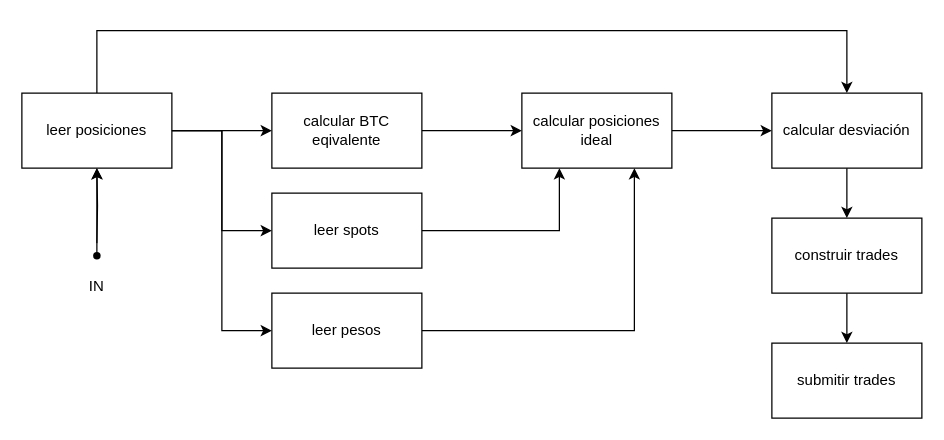
Earlier version of the draw.io diagram doc/pluto.drawio (Luis-M-L/pluto-java). Source tidied: cells renumbered, new cells numbered last; positions are measured from the earlier drawing's top-left corner, leaving out a move shared by most shapes. Both pictures are drawn from the tidied source at 125%, with x=0, y=0 at pixel (21, 30).
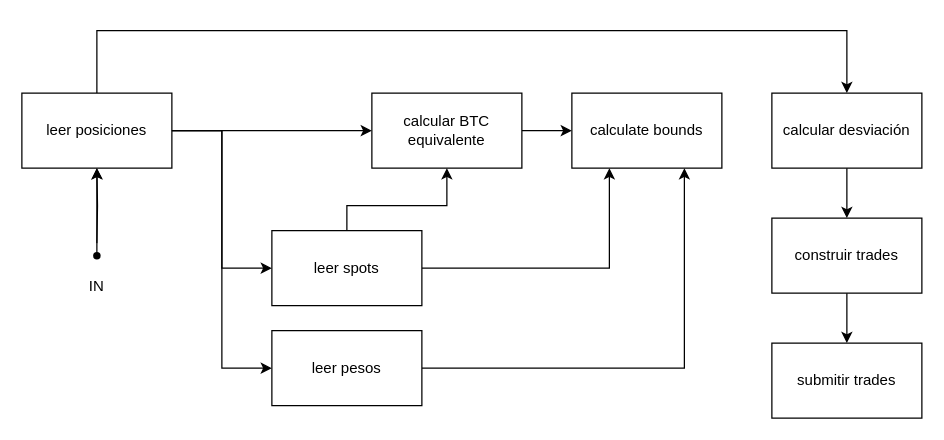
Above is the later version.

The change refers to these unchanged cells:
```xml
<mxCell id="19" value="calcular desviación" style="whiteSpace=wrap;html=1;rounded=0;" parent="1" vertex="1">
  <mxGeometry x="600" y="50" width="120" height="60" as="geometry" />
</mxCell>
```

What changed in the source:
```diff
@@
-    <mxCell id="9" value="calcular BTC eqivalente" style="whiteSpace=wrap;html=1;rounded=0;" parent="1" vertex="1">
-      <mxGeometry x="200" y="50" width="120" height="60" as="geometry" />
+    <mxCell id="9" value="calcular BTC equivalente" style="whiteSpace=wrap;html=1;rounded=0;" parent="1" vertex="1">
+      <mxGeometry x="280" y="50" width="120" height="60" as="geometry" />
     </mxCell>
@@
+    <mxCell id="24" style="edgeStyle=orthogonalEdgeStyle;rounded=0;jettySize=auto;html=1;" parent="1" edge="1" source="11" target="9">
+      <mxGeometry relative="1" as="geometry">
+        <Array as="points">
+          <mxPoint x="260" y="140" />
+          <mxPoint x="340" y="140" />
+        </Array>
+      </mxGeometry>
+    </mxCell>
     <mxCell id="11" value="leer spots" style="whiteSpace=wrap;html=1;rounded=0;" parent="1" vertex="1">
-      <mxGeometry x="200" y="130" width="120" height="60" as="geometry" />
+      <mxGeometry x="200" y="160" width="120" height="60" as="geometry" />
     </mxCell>
@@
     <mxCell id="13" value="leer pesos" style="whiteSpace=wrap;html=1;rounded=0;" parent="1" vertex="1">
-      <mxGeometry x="200" y="210" width="120" height="60" as="geometry" />
+      <mxGeometry x="200" y="240" width="120" height="60" as="geometry" />
     </mxCell>
@@
-    <mxCell id="16" style="edgeStyle=orthogonalEdgeStyle;rounded=0;jettySize=auto;html=1;" parent="1" edge="1" source="17" target="19">
-      <mxGeometry relative="1" as="geometry" />
-    </mxCell>
-    <mxCell id="17" value="calcular posiciones ideal" style="whiteSpace=wrap;html=1;rounded=0;" parent="1" vertex="1">
-      <mxGeometry x="400" y="50" width="120" height="60" as="geometry" />
+    <mxCell id="17" value="calculate bounds" style="whiteSpace=wrap;html=1;rounded=0;" parent="1" vertex="1">
+      <mxGeometry x="440" y="50" width="120" height="60" as="geometry" />
     </mxCell>
```
